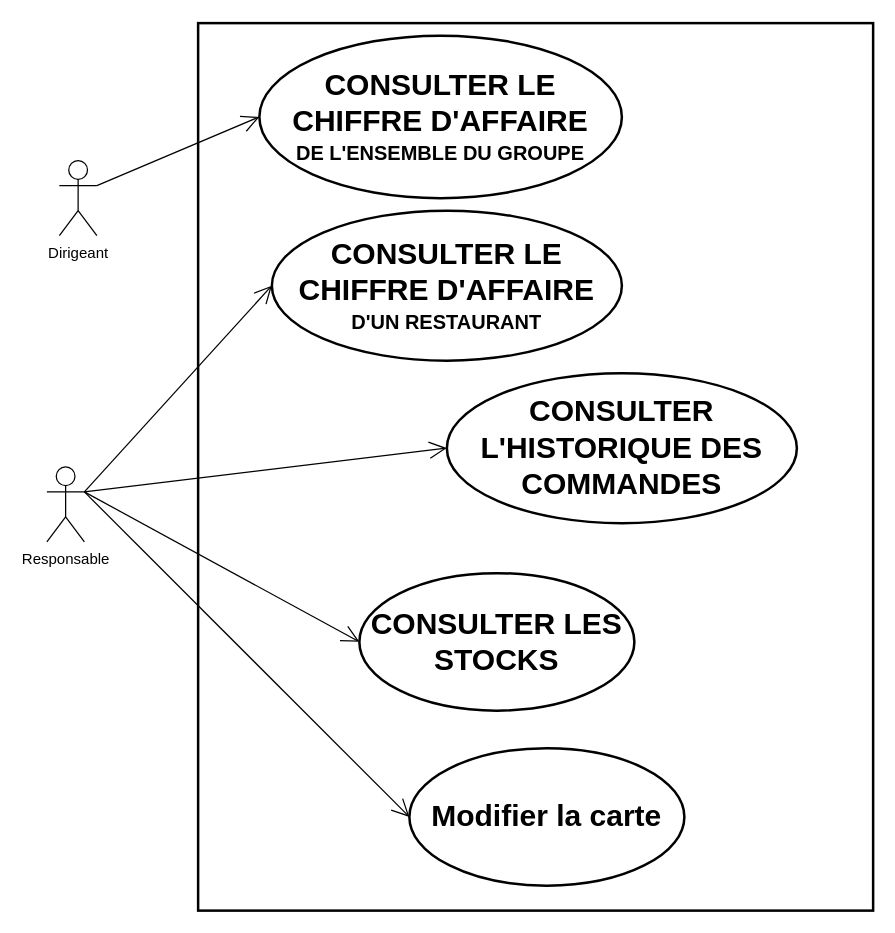
The draw.io diagram diagrams/useCase/managementDiagram.drawio in gsagot/oc_p6_ocPizza, before the edit. Source tidied: cells renumbered, new cells numbered last; positions are measured from the earlier drawing's top-left corner, leaving out a move shared by most shapes. Both pictures are drawn from the tidied source at 125%, with x=0, y=0 at pixel (46, 22).
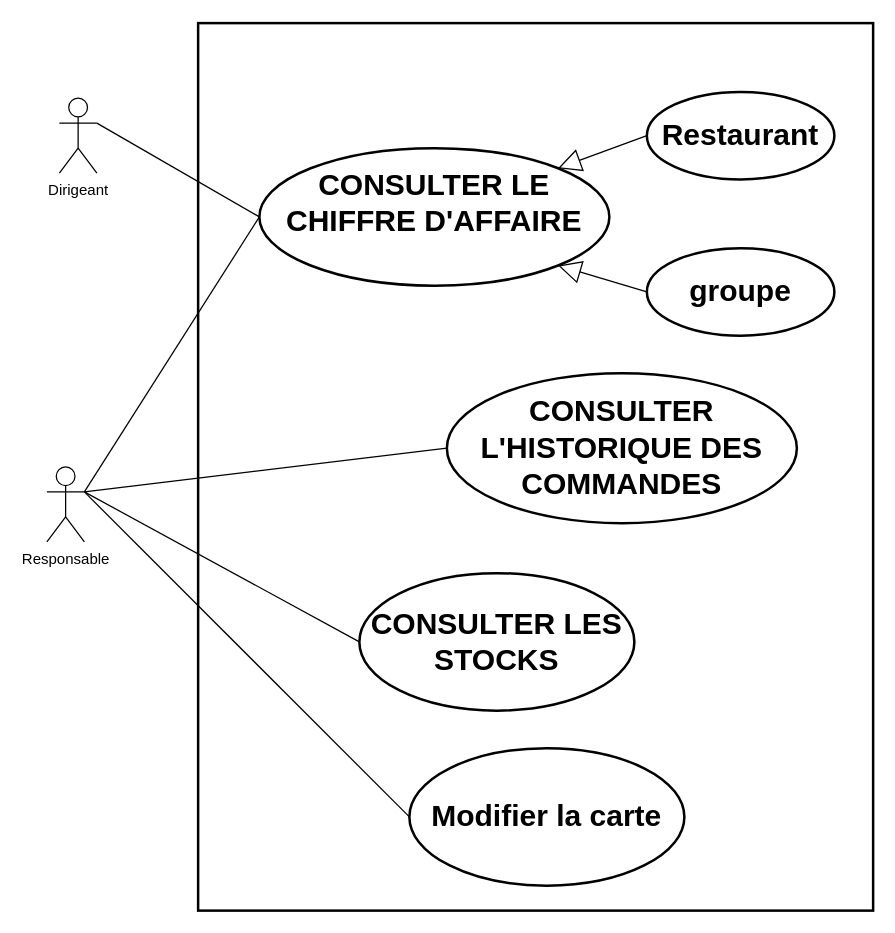
After the change.

Diff of the diagram source:
```diff
@@
 <mxGraphModel>
   <root>
     <mxCell id="0" />
     <mxCell id="1" parent="0" />
-    <mxCell id="2" style="html=1;strokeWidth=2;" parent="1" vertex="1">
-      <mxGeometry x="121" width="540" height="710" as="geometry" />
-    </mxCell>
+    <mxCell id="15" style="html=1;strokeWidth=2;" parent="1" vertex="1">
+      <mxGeometry x="121" width="540" height="710" as="geometry" />
+    </mxCell>
     <mxCell id="3" value="Responsable" style="shape=umlActor;verticalLabelPosition=bottom;verticalAlign=top;html=1;" parent="1" vertex="1">
       <mxGeometry y="355" width="30" height="60" as="geometry" />
     </mxCell>
-    <mxCell id="4" style="endArrow=open;endFill=1;endSize=12;html=1;exitX=1;exitY=0.3333333333333333;exitDx=0;exitDy=0;exitPerimeter=0;entryX=0;entryY=0.5;entryDx=0;entryDy=0;" parent="1" edge="1" source="3" target="5">
+    <mxCell id="4" style="endArrow=none;endFill=1;endSize=12;html=1;exitX=1;exitY=0.3333333333333333;exitDx=0;exitDy=0;exitPerimeter=0;entryX=0;entryY=0.5;entryDx=0;entryDy=0;" parent="1" edge="1" source="3" target="5">
       <mxGeometry relative="1" as="geometry" />
     </mxCell>
     <mxCell id="5" value="&lt;h1&gt;Modifier la carte&lt;/h1&gt;" style="ellipse;whiteSpace=wrap;html=1;strokeWidth=2;" parent="1" vertex="1">
       <mxGeometry x="290" y="580" width="220" height="110" as="geometry" />
     </mxCell>
     <mxCell id="6" value="&lt;h1&gt;CONSULTER LES STOCKS&lt;/h1&gt;" style="ellipse;whiteSpace=wrap;html=1;strokeWidth=2;" parent="1" vertex="1">
       <mxGeometry x="250" y="440" width="220" height="110" as="geometry" />
     </mxCell>
-    <mxCell id="7" style="endArrow=open;endFill=1;endSize=12;html=1;exitX=1;exitY=0.3333333333333333;exitDx=0;exitDy=0;exitPerimeter=0;entryX=0;entryY=0.5;entryDx=0;entryDy=0;" parent="1" edge="1" source="3" target="6">
+    <mxCell id="7" style="endArrow=none;endFill=1;endSize=12;html=1;exitX=1;exitY=0.3333333333333333;exitDx=0;exitDy=0;exitPerimeter=0;entryX=0;entryY=0.5;entryDx=0;entryDy=0;" parent="1" edge="1" source="3" target="6">
       <mxGeometry relative="1" as="geometry" />
     </mxCell>
     <mxCell id="8" value="&lt;h1&gt;CONSULTER L'HISTORIQUE DES COMMANDES&lt;/h1&gt;" style="ellipse;whiteSpace=wrap;html=1;strokeWidth=2;" parent="1" vertex="1">
       <mxGeometry x="320" y="280" width="280" height="120" as="geometry" />
     </mxCell>
-    <mxCell id="9" value="&lt;h2&gt;&lt;font style=&quot;font-size: 24px&quot;&gt;CONSULTER LE CHIFFRE D'AFFAIRE&lt;br&gt;&lt;/font&gt;&lt;font size=&quot;3&quot;&gt;D'UN RESTAURANT&lt;/font&gt;&lt;/h2&gt;" style="ellipse;whiteSpace=wrap;html=1;strokeWidth=2;" parent="1" vertex="1">
-      <mxGeometry x="180" y="150" width="280" height="120" as="geometry" />
-    </mxCell>
-    <mxCell id="10" style="endArrow=open;endFill=1;endSize=12;html=1;exitX=1;exitY=0.3333333333333333;exitDx=0;exitDy=0;exitPerimeter=0;entryX=0;entryY=0.5;entryDx=0;entryDy=0;" parent="1" edge="1" source="3" target="9">
-      <mxGeometry relative="1" as="geometry" />
-    </mxCell>
+    <mxCell id="16" value="&lt;h2&gt;&lt;font style=&quot;font-size: 24px&quot;&gt;CONSULTER LE CHIFFRE D'AFFAIRE&lt;br&gt;&lt;/font&gt;&lt;br&gt;&lt;/h2&gt;" style="ellipse;whiteSpace=wrap;html=1;strokeWidth=2;" parent="1" vertex="1">
+      <mxGeometry x="170" y="100" width="280" height="110" as="geometry" />
+    </mxCell>
+    <mxCell id="17" style="endArrow=none;endFill=1;endSize=12;html=1;exitX=1;exitY=0.3333333333333333;exitDx=0;exitDy=0;exitPerimeter=0;entryX=0;entryY=0.5;entryDx=0;entryDy=0;" parent="1" edge="1" source="3" target="16">
+      <mxGeometry relative="1" as="geometry" />
+    </mxCell>
-    <mxCell id="11" style="endArrow=open;endFill=1;endSize=12;html=1;exitX=1;exitY=0.3333333333333333;exitDx=0;exitDy=0;exitPerimeter=0;entryX=0;entryY=0.5;entryDx=0;entryDy=0;" parent="1" edge="1" source="3" target="8">
+    <mxCell id="11" style="endArrow=none;endFill=1;endSize=12;html=1;exitX=1;exitY=0.3333333333333333;exitDx=0;exitDy=0;exitPerimeter=0;entryX=0;entryY=0.5;entryDx=0;entryDy=0;" parent="1" edge="1" source="3" target="8">
       <mxGeometry relative="1" as="geometry" />
     </mxCell>
     <mxCell id="12" value="Dirigeant" style="shape=umlActor;verticalLabelPosition=bottom;verticalAlign=top;html=1;" parent="1" vertex="1">
-      <mxGeometry x="10" y="110" width="30" height="60" as="geometry" />
+      <mxGeometry x="10" y="60" width="30" height="60" as="geometry" />
     </mxCell>
-    <mxCell id="13" value="&lt;h2&gt;&lt;font style=&quot;font-size: 24px&quot;&gt;CONSULTER LE CHIFFRE D'AFFAIRE&lt;br&gt;&lt;/font&gt;&lt;font size=&quot;3&quot;&gt;DE L'ENSEMBLE DU GROUPE&lt;/font&gt;&lt;/h2&gt;" style="ellipse;whiteSpace=wrap;html=1;strokeWidth=2;" parent="1" vertex="1">
-      <mxGeometry x="170" y="10" width="290" height="130" as="geometry" />
-    </mxCell>
-    <mxCell id="14" style="endArrow=open;endFill=1;endSize=12;html=1;exitX=1;exitY=0.3333333333333333;exitDx=0;exitDy=0;exitPerimeter=0;entryX=0;entryY=0.5;entryDx=0;entryDy=0;" parent="1" edge="1" source="12" target="13">
-      <mxGeometry relative="1" as="geometry" />
-    </mxCell>
+    <mxCell id="18" style="endArrow=none;endFill=1;endSize=12;html=1;exitX=1;exitY=0.3333333333333333;exitDx=0;exitDy=0;exitPerimeter=0;entryX=0;entryY=0.5;entryDx=0;entryDy=0;" parent="1" edge="1" source="12" target="16">
+      <mxGeometry relative="1" as="geometry" />
+    </mxCell>
+    <mxCell id="19" value="&lt;h2&gt;&lt;font size=&quot;5&quot;&gt;groupe&lt;/font&gt;&lt;/h2&gt;" style="ellipse;whiteSpace=wrap;html=1;strokeWidth=2;" parent="1" vertex="1">
+      <mxGeometry x="480" y="180" width="150" height="70" as="geometry" />
+    </mxCell>
+    <mxCell id="20" value="&lt;h2&gt;&lt;font size=&quot;5&quot;&gt;Restaurant&lt;/font&gt;&lt;/h2&gt;" style="ellipse;whiteSpace=wrap;html=1;strokeWidth=2;" parent="1" vertex="1">
+      <mxGeometry x="480" y="55" width="150" height="70" as="geometry" />
+    </mxCell>
+    <mxCell id="21" style="endArrow=block;endSize=16;endFill=0;html=1;exitX=0;exitY=0.5;exitDx=0;exitDy=0;entryX=1;entryY=0;entryDx=0;entryDy=0;" parent="1" edge="1" source="20" target="16">
+      <mxGeometry relative="1" as="geometry" />
+    </mxCell>
+    <mxCell id="22" style="endArrow=block;endSize=16;endFill=0;html=1;exitX=0;exitY=0.5;exitDx=0;exitDy=0;entryX=1;entryY=1;entryDx=0;entryDy=0;" parent="1" edge="1" source="19" target="16">
+      <mxGeometry relative="1" as="geometry" />
+    </mxCell>
   </root>
 </mxGraphModel>
```
